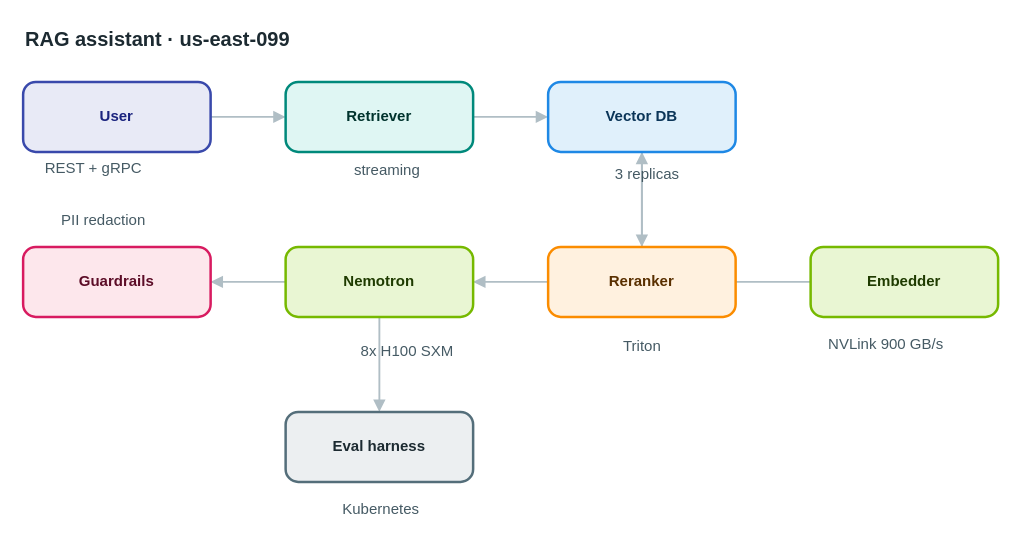
Before: apps/web/public/samples/library/099-rag-assistant.drawio in AryanG01/open-apprentice, a draw.io diagram. Source tidied: cells renumbered, new cells numbered last; positions are measured from the earlier drawing's top-left corner, leaving out a move shared by most shapes. Both pictures are drawn from the tidied source at 125%, with x=0, y=0 at pixel (22, 21).
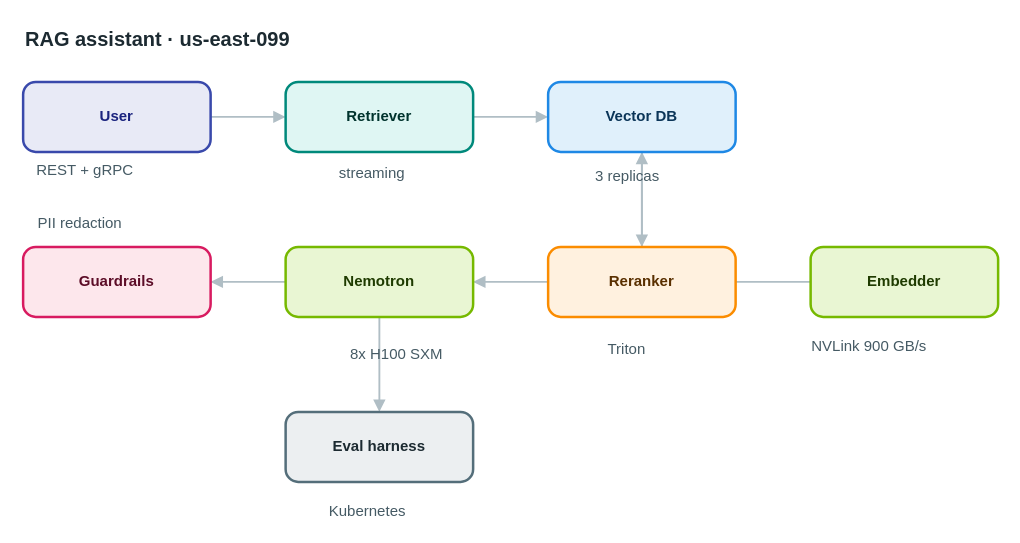
After the change.

Diff of the diagram source:
```diff
@@
-    <mxCell id="18" value="REST + gRPC" style="text;html=1;align=center;verticalAlign=middle;whiteSpace=nowrap;strokeColor=none;fillColor=none;fontSize=12;fontColor=#455a64;" parent="1" vertex="1">
+    <mxCell id="18" value="REST + gRPC" style="text;html=1;align=left;verticalAlign=top;whiteSpace=nowrap;spacing=0;spacingTop=0;strokeColor=none;fillColor=none;fontSize=12;fontColor=#455a64;" parent="1" vertex="1">
       <mxGeometry x="11" y="107" width="89" height="20" as="geometry" />
     </mxCell>
-    <mxCell id="19" value="streaming" style="text;html=1;align=center;verticalAlign=middle;whiteSpace=nowrap;strokeColor=none;fillColor=none;fontSize=12;fontColor=#455a64;" parent="1" vertex="1">
+    <mxCell id="19" value="streaming" style="text;html=1;align=left;verticalAlign=top;whiteSpace=nowrap;spacing=0;spacingTop=0;strokeColor=none;fillColor=none;fontSize=12;fontColor=#455a64;" parent="1" vertex="1">
       <mxGeometry x="253" y="109" width="75" height="20" as="geometry" />
     </mxCell>
-    <mxCell id="20" value="3 replicas" style="text;html=1;align=center;verticalAlign=middle;whiteSpace=nowrap;strokeColor=none;fillColor=none;fontSize=12;fontColor=#455a64;" parent="1" vertex="1">
+    <mxCell id="20" value="3 replicas" style="text;html=1;align=left;verticalAlign=top;whiteSpace=nowrap;spacing=0;spacingTop=0;strokeColor=none;fillColor=none;fontSize=12;fontColor=#455a64;" parent="1" vertex="1">
       <mxGeometry x="458" y="112" width="82" height="20" as="geometry" />
     </mxCell>
-    <mxCell id="21" value="Triton" style="text;html=1;align=center;verticalAlign=middle;whiteSpace=nowrap;strokeColor=none;fillColor=none;fontSize=12;fontColor=#455a64;" parent="1" vertex="1">
+    <mxCell id="21" value="Triton" style="text;html=1;align=left;verticalAlign=top;whiteSpace=nowrap;spacing=0;spacingTop=0;strokeColor=none;fillColor=none;fontSize=12;fontColor=#455a64;" parent="1" vertex="1">
       <mxGeometry x="468" y="250" width="54" height="20" as="geometry" />
     </mxCell>
-    <mxCell id="22" value="8x H100 SXM" style="text;html=1;align=center;verticalAlign=middle;whiteSpace=nowrap;strokeColor=none;fillColor=none;fontSize=12;fontColor=#455a64;" parent="1" vertex="1">
+    <mxCell id="22" value="8x H100 SXM" style="text;html=1;align=left;verticalAlign=top;whiteSpace=nowrap;spacing=0;spacingTop=0;strokeColor=none;fillColor=none;fontSize=12;fontColor=#455a64;" parent="1" vertex="1">
       <mxGeometry x="262" y="254" width="89" height="20" as="geometry" />
     </mxCell>
-    <mxCell id="23" value="PII redaction" style="text;html=1;align=center;verticalAlign=middle;whiteSpace=nowrap;strokeColor=none;fillColor=none;fontSize=12;fontColor=#455a64;" parent="1" vertex="1">
+    <mxCell id="23" value="PII redaction" style="text;html=1;align=left;verticalAlign=top;whiteSpace=nowrap;spacing=0;spacingTop=0;strokeColor=none;fillColor=none;fontSize=12;fontColor=#455a64;" parent="1" vertex="1">
       <mxGeometry x="12" y="149" width="103" height="20" as="geometry" />
     </mxCell>
-    <mxCell id="24" value="NVLink 900 GB/s" style="text;html=1;align=center;verticalAlign=middle;whiteSpace=nowrap;strokeColor=none;fillColor=none;fontSize=12;fontColor=#455a64;" parent="1" vertex="1">
+    <mxCell id="24" value="NVLink 900 GB/s" style="text;html=1;align=left;verticalAlign=top;whiteSpace=nowrap;spacing=0;spacingTop=0;strokeColor=none;fillColor=none;fontSize=12;fontColor=#455a64;" parent="1" vertex="1">
       <mxGeometry x="631" y="248" width="117" height="20" as="geometry" />
     </mxCell>
-    <mxCell id="25" value="Kubernetes" style="text;html=1;align=center;verticalAlign=middle;whiteSpace=nowrap;strokeColor=none;fillColor=none;fontSize=12;fontColor=#455a64;" parent="1" vertex="1">
+    <mxCell id="25" value="Kubernetes" style="text;html=1;align=left;verticalAlign=top;whiteSpace=nowrap;spacing=0;spacingTop=0;strokeColor=none;fillColor=none;fontSize=12;fontColor=#455a64;" parent="1" vertex="1">
       <mxGeometry x="245" y="380" width="82" height="20" as="geometry" />
     </mxCell>
```
